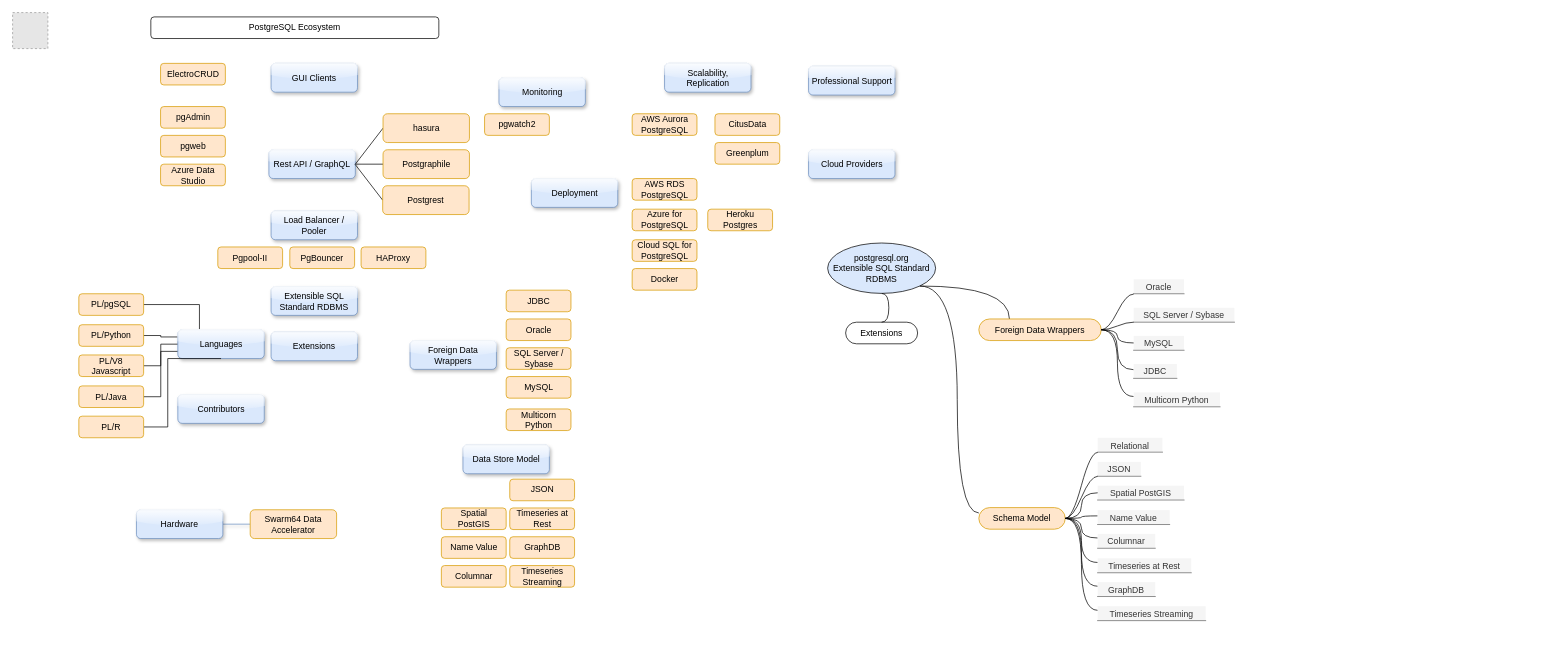
EfficiencyGeek/postgresql-ecosystem keeps this draw.io diagram as postgresql-ecosystem.drawio. Above is the earlier version. Source tidied: cells renumbered, new cells numbered last; positions are measured from the earlier drawing's top-left corner, leaving out a move shared by most shapes. Both pictures are drawn from the tidied source at 72%, with x=0, y=0 at pixel (12, 12). Pictures stored in the file or linked from it are replaced by grey dashed boxes.
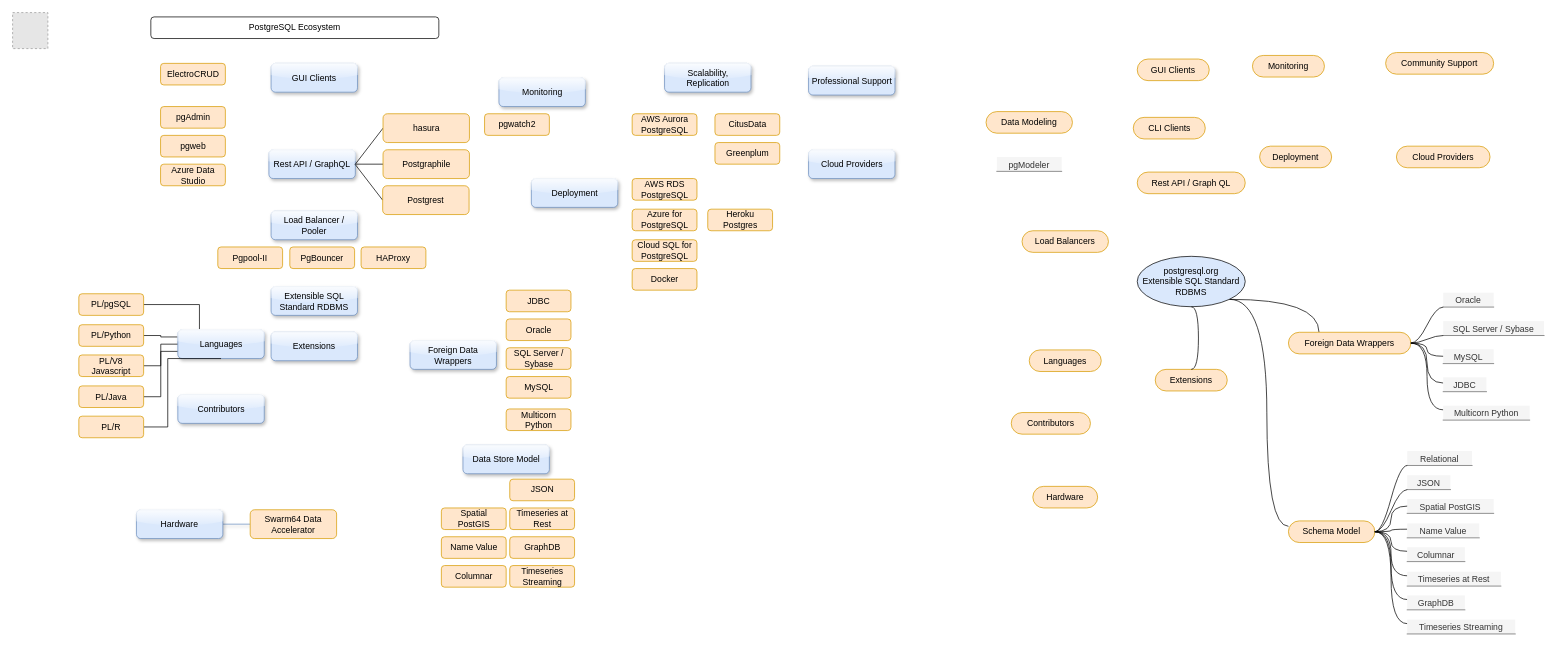
Above is the later version.

What changed in the source:
```diff
@@
     <mxCell id="66" value="postgresql.org&lt;br&gt;Extensible SQL Standard RDBMS" style="ellipse;whiteSpace=wrap;html=1;align=center;fillColor=#DAE8FC;" parent="1" vertex="1">
-      <mxGeometry x="1132" y="320" width="150" height="70" as="geometry" />
+      <mxGeometry x="1562" y="338.5" width="150" height="70" as="geometry" />
     </mxCell>
-    <mxCell id="67" value="Extensions" style="whiteSpace=wrap;html=1;rounded=1;arcSize=50;align=center;verticalAlign=middle;strokeWidth=1;spacing=4;" parent="1" vertex="1">
-      <mxGeometry x="1157" y="430" width="100" height="30" as="geometry" />
+    <mxCell id="67" value="Extensions" style="whiteSpace=wrap;html=1;rounded=1;arcSize=50;align=center;verticalAlign=middle;strokeWidth=1;spacing=4;strokeColor=#d79b00;fillColor=#ffe6cc;" parent="1" vertex="1">
+      <mxGeometry x="1587" y="495.5" width="100" height="30" as="geometry" />
     </mxCell>
@@
     <mxCell id="69" value="Foreign Data Wrappers" style="whiteSpace=wrap;html=1;rounded=1;arcSize=50;align=center;verticalAlign=middle;strokeWidth=1;spacing=4;fillColor=#ffe6cc;strokeColor=#d79b00;" parent="1" vertex="1">
-      <mxGeometry x="1342" y="425.5" width="170" height="30" as="geometry" />
+      <mxGeometry x="1772" y="444" width="170" height="30" as="geometry" />
     </mxCell>
     <mxCell id="70" value="Oracle" style="whiteSpace=wrap;html=1;shape=partialRectangle;top=0;left=0;bottom=1;right=0;points=[[0,1],[1,1]];strokeColor=#666666;fillColor=#f5f5f5;align=center;verticalAlign=bottom;routingCenterY=0.5;snapToPoint=1;fontColor=#333333;" parent="1" vertex="1">
-      <mxGeometry x="1557" y="370.5" width="70" height="20" as="geometry" />
+      <mxGeometry x="1987" y="389" width="70" height="20" as="geometry" />
     </mxCell>
@@
     <mxCell id="73" value="SQL Server / Sybase" style="whiteSpace=wrap;html=1;shape=partialRectangle;top=0;left=0;bottom=1;right=0;points=[[0,1],[1,1]];strokeColor=#666666;fillColor=#f5f5f5;align=center;verticalAlign=bottom;routingCenterY=0.5;snapToPoint=1;fontColor=#333333;" parent="1" vertex="1">
-      <mxGeometry x="1557" y="410" width="140" height="20" as="geometry" />
+      <mxGeometry x="1987" y="428.5" width="140" height="20" as="geometry" />
     </mxCell>
     <mxCell id="74" value="MySQL" style="whiteSpace=wrap;html=1;shape=partialRectangle;top=0;left=0;bottom=1;right=0;points=[[0,1],[1,1]];strokeColor=#666666;fillColor=#f5f5f5;align=center;verticalAlign=bottom;routingCenterY=0.5;snapToPoint=1;fontColor=#333333;" parent="1" vertex="1">
-      <mxGeometry x="1557" y="449" width="70" height="20" as="geometry" />
+      <mxGeometry x="1987" y="467.5" width="70" height="20" as="geometry" />
     </mxCell>
@@
     <mxCell id="78" value="JDBC" style="whiteSpace=wrap;html=1;shape=partialRectangle;top=0;left=0;bottom=1;right=0;points=[[0,1],[1,1]];strokeColor=#666666;fillColor=#f5f5f5;align=center;verticalAlign=bottom;routingCenterY=0.5;snapToPoint=1;fontColor=#333333;" parent="1" vertex="1">
-      <mxGeometry x="1557" y="488" width="60" height="20" as="geometry" />
+      <mxGeometry x="1987" y="506.5" width="60" height="20" as="geometry" />
     </mxCell>
     <mxCell id="79" value="Multicorn Python" style="whiteSpace=wrap;html=1;shape=partialRectangle;top=0;left=0;bottom=1;right=0;points=[[0,1],[1,1]];strokeColor=#666666;fillColor=#f5f5f5;align=center;verticalAlign=bottom;routingCenterY=0.5;snapToPoint=1;fontColor=#333333;" parent="1" vertex="1">
-      <mxGeometry x="1557" y="527.5" width="120" height="20" as="geometry" />
+      <mxGeometry x="1987" y="546" width="120" height="20" as="geometry" />
     </mxCell>
     <mxCell id="80" value="Schema Model" style="whiteSpace=wrap;html=1;rounded=1;arcSize=50;align=center;verticalAlign=middle;strokeWidth=1;spacing=4;fillColor=#ffe6cc;strokeColor=#d79b00;" parent="1" vertex="1">
-      <mxGeometry x="1342" y="687.5" width="120" height="30" as="geometry" />
+      <mxGeometry x="1772" y="706" width="120" height="30" as="geometry" />
     </mxCell>
     <mxCell id="81" value="Relational" style="whiteSpace=wrap;html=1;shape=partialRectangle;top=0;left=0;bottom=1;right=0;points=[[0,1],[1,1]];strokeColor=#666666;fillColor=#f5f5f5;align=center;verticalAlign=bottom;routingCenterY=0.5;snapToPoint=1;fontColor=#333333;" parent="1" vertex="1">
-      <mxGeometry x="1507" y="590.5" width="90" height="20" as="geometry" />
+      <mxGeometry x="1937" y="609" width="90" height="20" as="geometry" />
     </mxCell>
@@
     <mxCell id="84" value="JSON" style="whiteSpace=wrap;html=1;shape=partialRectangle;top=0;left=0;bottom=1;right=0;points=[[0,1],[1,1]];strokeColor=#666666;fillColor=#f5f5f5;align=center;verticalAlign=bottom;routingCenterY=0.5;snapToPoint=1;fontColor=#333333;" parent="1" vertex="1">
-      <mxGeometry x="1507" y="624" width="60" height="20" as="geometry" />
+      <mxGeometry x="1937" y="642.5" width="60" height="20" as="geometry" />
     </mxCell>
     <mxCell id="85" value="Spatial PostGIS" style="whiteSpace=wrap;html=1;shape=partialRectangle;top=0;left=0;bottom=1;right=0;points=[[0,1],[1,1]];strokeColor=#666666;fillColor=#f5f5f5;align=center;verticalAlign=bottom;routingCenterY=0.5;snapToPoint=1;fontColor=#333333;" parent="1" vertex="1">
-      <mxGeometry x="1507" y="657" width="120" height="20" as="geometry" />
+      <mxGeometry x="1937" y="675.5" width="120" height="20" as="geometry" />
     </mxCell>
@@
     <mxCell id="89" value="Name Value" style="whiteSpace=wrap;html=1;shape=partialRectangle;top=0;left=0;bottom=1;right=0;points=[[0,1],[1,1]];strokeColor=#666666;fillColor=#f5f5f5;align=center;verticalAlign=bottom;routingCenterY=0.5;snapToPoint=1;fontColor=#333333;" parent="1" vertex="1">
-      <mxGeometry x="1507" y="691" width="100" height="20" as="geometry" />
+      <mxGeometry x="1937" y="709.5" width="100" height="20" as="geometry" />
     </mxCell>
     <mxCell id="90" value="Columnar" style="whiteSpace=wrap;html=1;shape=partialRectangle;top=0;left=0;bottom=1;right=0;points=[[0,1],[1,1]];strokeColor=#666666;fillColor=#f5f5f5;align=center;verticalAlign=bottom;routingCenterY=0.5;snapToPoint=1;fontColor=#333333;" parent="1" vertex="1">
-      <mxGeometry x="1507" y="724" width="80" height="20" as="geometry" />
+      <mxGeometry x="1937" y="742.5" width="80" height="20" as="geometry" />
     </mxCell>
@@
     <mxCell id="92" value="Timeseries at Rest" style="whiteSpace=wrap;html=1;shape=partialRectangle;top=0;left=0;bottom=1;right=0;points=[[0,1],[1,1]];strokeColor=#666666;fillColor=#f5f5f5;align=center;verticalAlign=bottom;routingCenterY=0.5;snapToPoint=1;fontColor=#333333;" parent="1" vertex="1">
-      <mxGeometry x="1507" y="758" width="130" height="20" as="geometry" />
+      <mxGeometry x="1937" y="776.5" width="130" height="20" as="geometry" />
     </mxCell>
@@
     <mxCell id="94" value="Timeseries Streaming" style="whiteSpace=wrap;html=1;shape=partialRectangle;top=0;left=0;bottom=1;right=0;points=[[0,1],[1,1]];strokeColor=#666666;fillColor=#f5f5f5;align=center;verticalAlign=bottom;routingCenterY=0.5;snapToPoint=1;fontColor=#333333;" parent="1" vertex="1">
-      <mxGeometry x="1507" y="824.5" width="150" height="20" as="geometry" />
+      <mxGeometry x="1937" y="843" width="150" height="20" as="geometry" />
     </mxCell>
@@
     <mxCell id="96" value="GraphDB" style="whiteSpace=wrap;html=1;shape=partialRectangle;top=0;left=0;bottom=1;right=0;points=[[0,1],[1,1]];strokeColor=#666666;fillColor=#f5f5f5;align=center;verticalAlign=bottom;routingCenterY=0.5;snapToPoint=1;fontColor=#333333;" parent="1" vertex="1">
-      <mxGeometry x="1507" y="791" width="80" height="20" as="geometry" />
+      <mxGeometry x="1937" y="809.5" width="80" height="20" as="geometry" />
     </mxCell>
@@
+    <mxCell id="98" value="Languages" style="whiteSpace=wrap;html=1;rounded=1;arcSize=50;align=center;verticalAlign=middle;strokeWidth=1;spacing=4;fillColor=#ffe6cc;strokeColor=#d79b00;" parent="1" vertex="1">
+      <mxGeometry x="1412" y="468.5" width="100" height="30" as="geometry" />
+    </mxCell>
+    <mxCell id="99" value="Load Balancers" style="whiteSpace=wrap;html=1;rounded=1;arcSize=50;align=center;verticalAlign=middle;strokeWidth=1;spacing=4;fillColor=#ffe6cc;strokeColor=#d79b00;" parent="1" vertex="1">
+      <mxGeometry x="1402" y="303" width="120" height="30" as="geometry" />
+    </mxCell>
+    <mxCell id="100" value="Rest API / Graph QL" style="whiteSpace=wrap;html=1;rounded=1;arcSize=50;align=center;verticalAlign=middle;strokeWidth=1;spacing=4;fillColor=#ffe6cc;strokeColor=#d79b00;" parent="1" vertex="1">
+      <mxGeometry x="1562" y="221.5" width="150" height="30" as="geometry" />
+    </mxCell>
+    <mxCell id="101" value="GUI Clients" style="whiteSpace=wrap;html=1;rounded=1;arcSize=50;align=center;verticalAlign=middle;strokeWidth=1;spacing=4;fillColor=#ffe6cc;strokeColor=#d79b00;" parent="1" vertex="1">
+      <mxGeometry x="1562" y="64.5" width="100" height="30" as="geometry" />
+    </mxCell>
+    <mxCell id="102" value="CLI Clients" style="whiteSpace=wrap;html=1;rounded=1;arcSize=50;align=center;verticalAlign=middle;strokeWidth=1;spacing=4;fillColor=#ffe6cc;strokeColor=#d79b00;" parent="1" vertex="1">
+      <mxGeometry x="1556.5" y="145.5" width="100" height="30" as="geometry" />
+    </mxCell>
+    <mxCell id="103" value="Monitoring" style="whiteSpace=wrap;html=1;rounded=1;arcSize=50;align=center;verticalAlign=middle;strokeWidth=1;spacing=4;fillColor=#ffe6cc;strokeColor=#d79b00;" parent="1" vertex="1">
+      <mxGeometry x="1722" y="59.5" width="100" height="30" as="geometry" />
+    </mxCell>
+    <mxCell id="104" value="Deployment" style="whiteSpace=wrap;html=1;rounded=1;arcSize=50;align=center;verticalAlign=middle;strokeWidth=1;spacing=4;fillColor=#ffe6cc;strokeColor=#d79b00;" parent="1" vertex="1">
+      <mxGeometry x="1732" y="185.5" width="100" height="30" as="geometry" />
+    </mxCell>
+    <mxCell id="105" value="Community Support" style="whiteSpace=wrap;html=1;rounded=1;arcSize=50;align=center;verticalAlign=middle;strokeWidth=1;spacing=4;fillColor=#ffe6cc;strokeColor=#d79b00;" parent="1" vertex="1">
+      <mxGeometry x="1907" y="55.5" width="150" height="30" as="geometry" />
+    </mxCell>
+    <mxCell id="106" value="Cloud Providers" style="whiteSpace=wrap;html=1;rounded=1;arcSize=50;align=center;verticalAlign=middle;strokeWidth=1;spacing=4;fillColor=#ffe6cc;strokeColor=#d79b00;" parent="1" vertex="1">
+      <mxGeometry x="1922" y="185.5" width="130" height="30" as="geometry" />
+    </mxCell>
+    <mxCell id="107" value="Hardware" style="whiteSpace=wrap;html=1;rounded=1;arcSize=50;align=center;verticalAlign=middle;strokeWidth=1;spacing=4;fillColor=#ffe6cc;strokeColor=#d79b00;" parent="1" vertex="1">
+      <mxGeometry x="1417" y="658" width="90" height="30" as="geometry" />
+    </mxCell>
+    <mxCell id="108" value="Contributors" style="whiteSpace=wrap;html=1;rounded=1;arcSize=50;align=center;verticalAlign=middle;strokeWidth=1;spacing=4;fillColor=#ffe6cc;strokeColor=#d79b00;" parent="1" vertex="1">
+      <mxGeometry x="1387" y="555.5" width="110" height="30" as="geometry" />
+    </mxCell>
+    <mxCell id="109" value="Data Modeling" style="whiteSpace=wrap;html=1;rounded=1;arcSize=50;align=center;verticalAlign=middle;strokeWidth=1;spacing=4;fillColor=#ffe6cc;strokeColor=#d79b00;" parent="1" vertex="1">
+      <mxGeometry x="1352" y="137.5" width="120" height="30" as="geometry" />
+    </mxCell>
+    <mxCell id="110" value="pgModeler" style="whiteSpace=wrap;html=1;shape=partialRectangle;top=0;left=0;bottom=1;right=0;strokeColor=#666666;fillColor=#f5f5f5;align=center;verticalAlign=bottom;routingCenterY=0.5;fontColor=#333333;" parent="1" vertex="1">
+      <mxGeometry x="1367" y="200.5" width="90" height="20" as="geometry" />
+    </mxCell>
```
